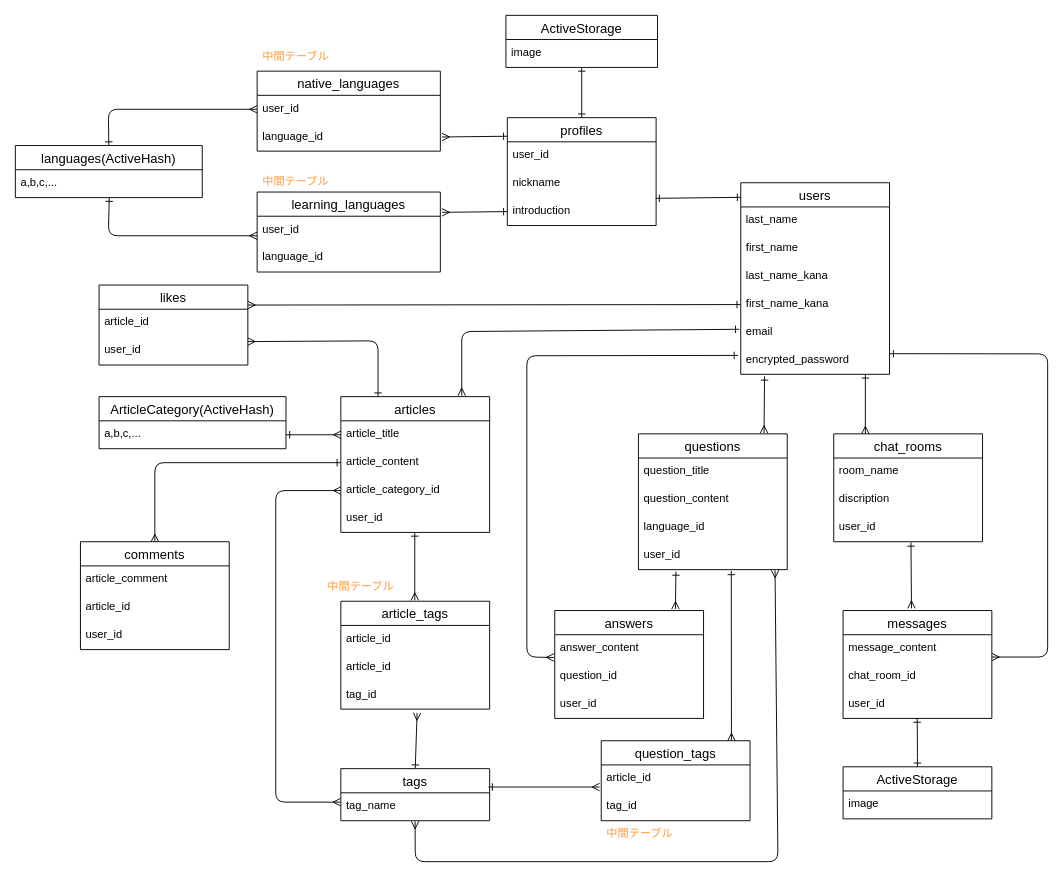
Above: ER.dio in fuuuuumin/LinguaShare (draw.io), before the change. Source tidied: cells renumbered, new cells numbered last; positions are measured from the earlier drawing's top-left corner, leaving out a move shared by most shapes. Both pictures are drawn from the tidied source at 93%, with x=0, y=0 at pixel (15, 15).
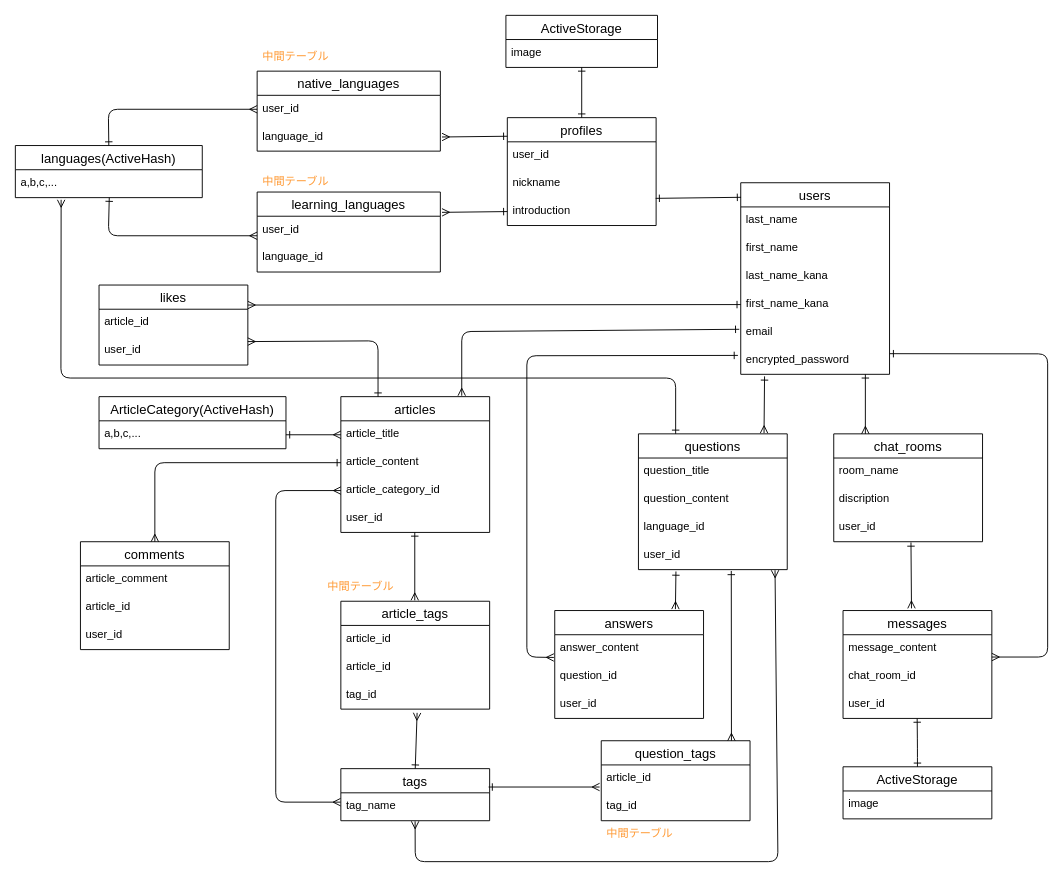
Above is the later version.

Unchanged cells that the change refers to:
```xml
<mxCell id="15" value="questions" style="swimlane;fontStyle=0;horizontal=1;startSize=26;align=center;fontSize=14;" parent="1" vertex="1">
  <mxGeometry x="670" y="450" width="160" height="146" as="geometry" />
</mxCell>
<mxCell id="43" value="a,b,c,..." style="text;strokeColor=none;fillColor=none;spacingLeft=4;spacingRight=4;overflow=hidden;points=[[0,0.5],[1,0.5]];portConstraint=eastwest;fontSize=12;" parent="42" vertex="1">
  <mxGeometry y="26" width="201" height="30" as="geometry" />
</mxCell>
```

The edit, as a diff of the source:
```diff
@@
+    <mxCell id="93" style="edgeStyle=none;html=1;endArrow=ERmany;endFill=0;startArrow=ERone;startFill=0;exitX=0.25;exitY=0;exitDx=0;exitDy=0;entryX=0.245;entryY=1.078;entryDx=0;entryDy=0;entryPerimeter=0;" parent="1" edge="1" source="15" target="43">
+      <mxGeometry relative="1" as="geometry">
+        <Array as="points">
+          <mxPoint x="710" y="390" />
+          <mxPoint x="49" y="390" />
+        </Array>
+      </mxGeometry>
+    </mxCell>
```
